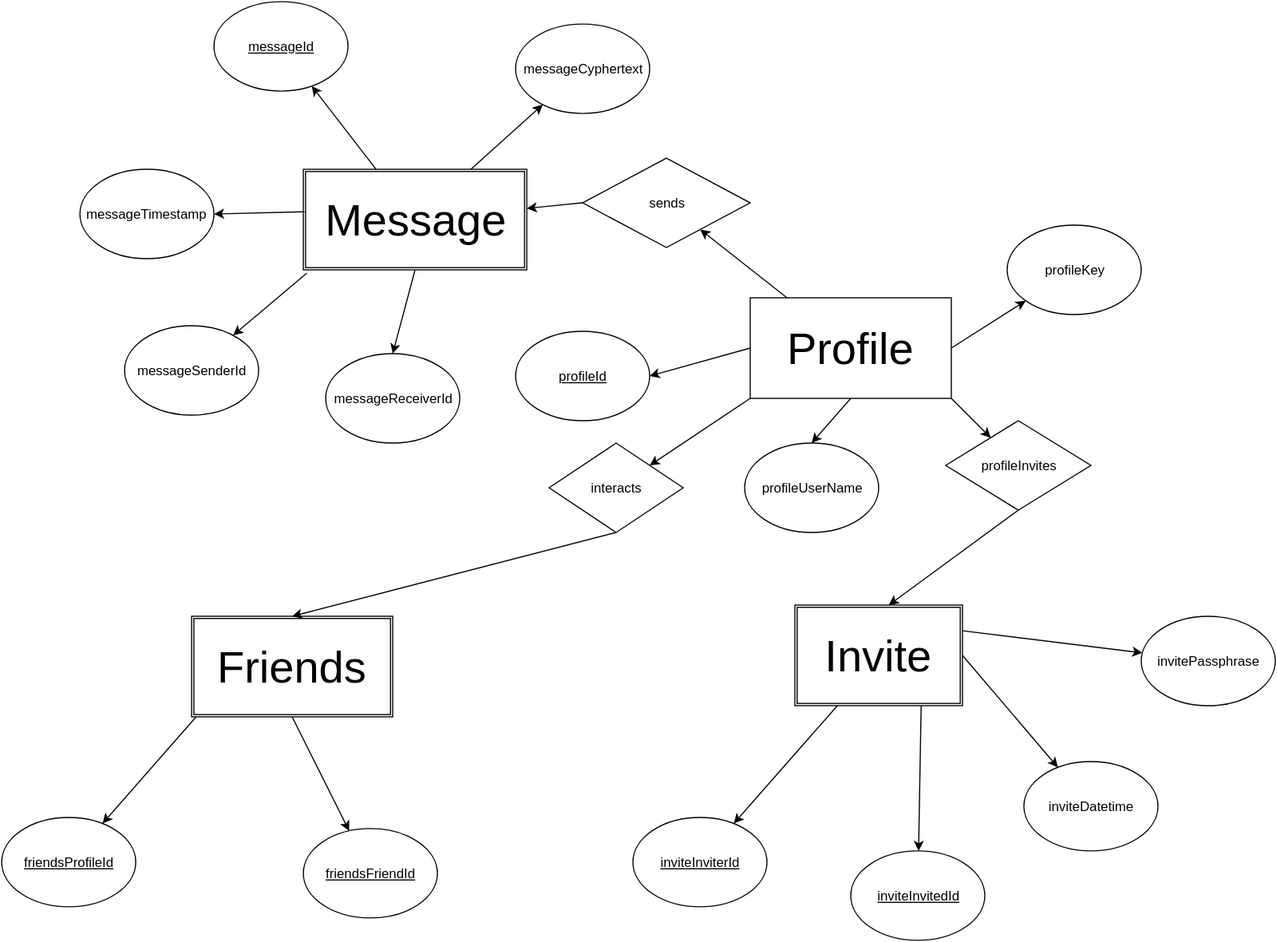
Above: public_html/epic/img/kiteCryptERD.svg in Karstagg/kiteCrypt (draw.io), before the change. Source tidied: cells renumbered, new cells last; positions are measured from the earlier drawing's top-left corner, leaving out a move shared by most shapes.
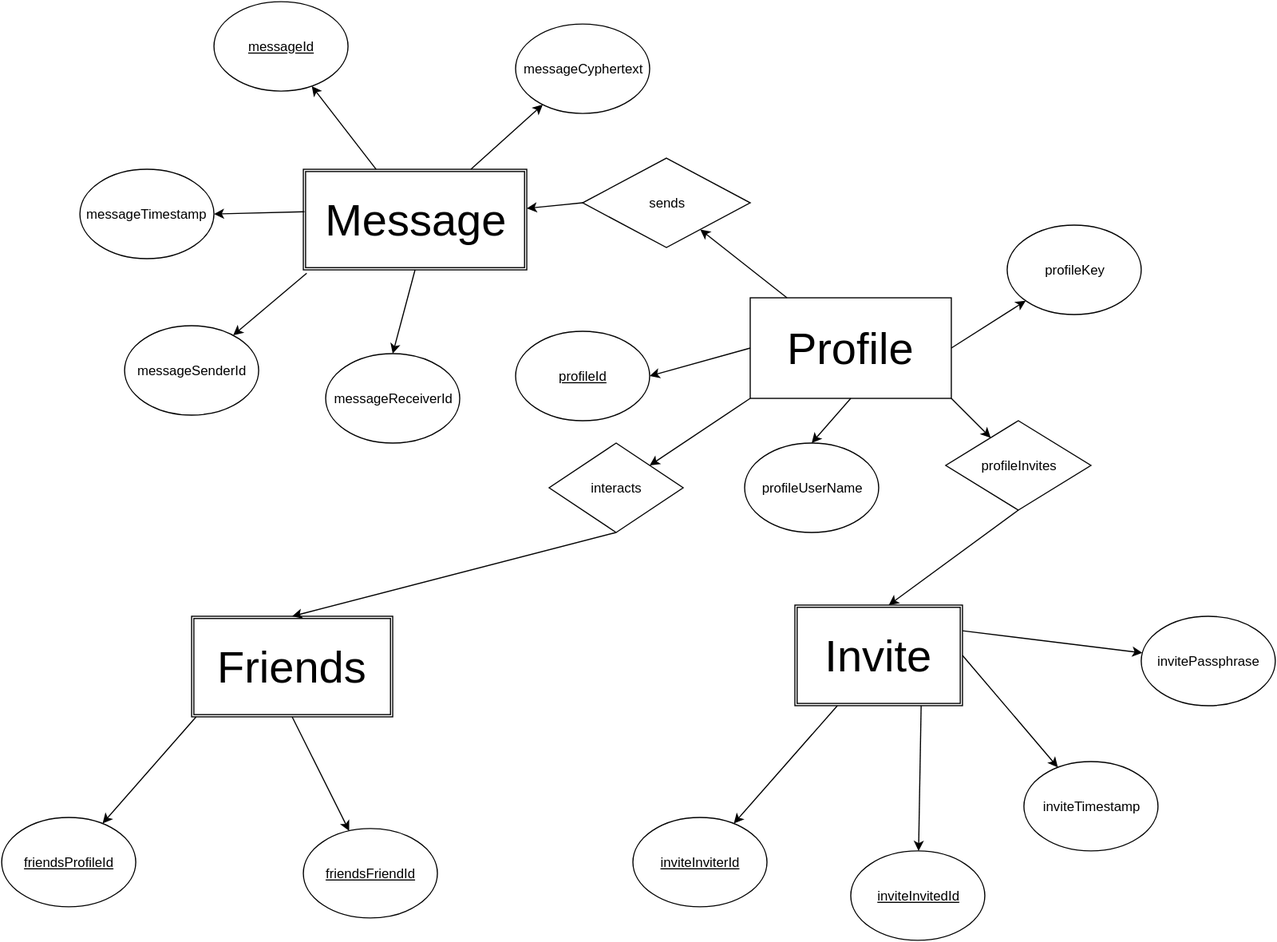
Later version of the same file.

What changed in the source:
```diff
@@ -68,7 +68,7 @@
     <mxCell id="23" style="endArrow=classic;html=1;exitX=0.75;exitY=1;" parent="1" edge="1" source="28" target="21">
       <mxGeometry x="65" y="-390" as="geometry" />
     </mxCell>
-    <mxCell id="24" value="inviteDatetime" style="ellipse;whiteSpace=wrap;html=1;" parent="1" vertex="1">
+    <mxCell id="24" value="inviteTimestamp" style="ellipse;whiteSpace=wrap;html=1;" parent="1" vertex="1">
       <mxGeometry x="915" y="680" width="120" height="80" as="geometry" />
     </mxCell>
     <mxCell id="25" style="endArrow=classic;html=1;exitX=1;exitY=0.5;" parent="1" edge="1" source="28" target="24">
```
